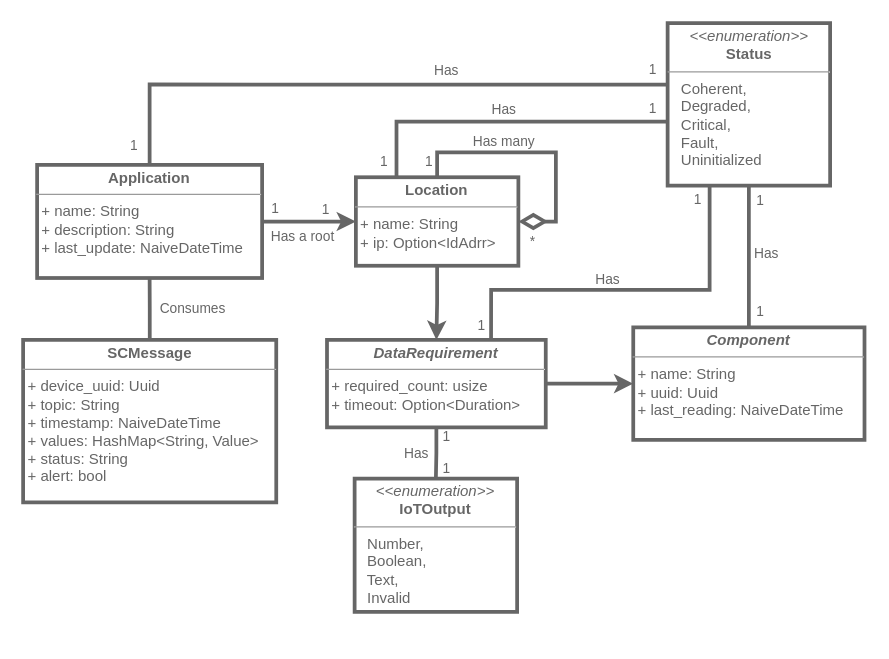
The draw.io diagram 3. Proyecto/metamodel/Metamodel B.drawio in MrDahaniel/StarDuck, before the edit. Source tidied: cells renumbered, new cells numbered last; positions are measured from the earlier drawing's top-left corner, leaving out a move shared by most shapes. Both pictures are drawn from the tidied source at 125%, with x=0, y=0 at pixel (22, 22).
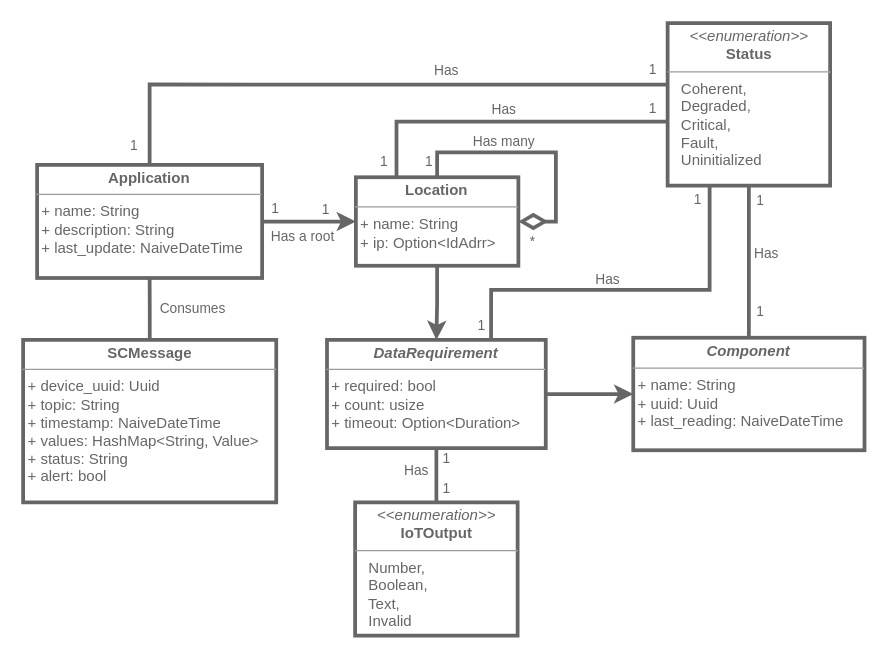
After the change.

Diff of the diagram source:
```diff
@@
     <mxCell id="2" value="&lt;p style=&quot;margin:0px;margin-top:4px;text-align:center;&quot;&gt;&lt;font color=&quot;#666666&quot;&gt;&lt;b style=&quot;background-color: initial;&quot;&gt;&lt;i&gt;Component&lt;/i&gt;&lt;/b&gt;&lt;br&gt;&lt;/font&gt;&lt;/p&gt;&lt;hr size=&quot;1&quot;&gt;&lt;p style=&quot;margin:0px;margin-left:4px;&quot;&gt;&lt;span style=&quot;background-color: initial;&quot;&gt;&lt;font color=&quot;#666666&quot;&gt;+ name: String&lt;/font&gt;&lt;/span&gt;&lt;/p&gt;&lt;p style=&quot;margin:0px;margin-left:4px;&quot;&gt;&lt;span style=&quot;background-color: initial;&quot;&gt;&lt;font color=&quot;#666666&quot;&gt;+ uuid: Uuid&lt;/font&gt;&lt;/span&gt;&lt;/p&gt;&lt;p style=&quot;margin:0px;margin-left:4px;&quot;&gt;&lt;span style=&quot;background-color: initial;&quot;&gt;&lt;font color=&quot;#666666&quot;&gt;+ last_reading: NaiveDateTime&lt;/font&gt;&lt;/span&gt;&lt;/p&gt;" style="verticalAlign=top;align=left;overflow=fill;fontSize=12;fontFamily=Helvetica;html=1;whiteSpace=wrap;labelBackgroundColor=none;fillColor=#ffffff;strokeColor=#666666;fontColor=#333333;strokeWidth=3;" parent="1" vertex="1">
-      <mxGeometry x="488.1" y="243.4" width="185" height="90" as="geometry" />
+      <mxGeometry x="488.1" y="251.7" width="185" height="90" as="geometry" />
     </mxCell>
@@
-    <mxCell id="10" value="&lt;p style=&quot;margin:0px;margin-top:4px;text-align:center;&quot;&gt;&lt;b&gt;&lt;i&gt;&lt;font color=&quot;#666666&quot;&gt;DataRequirement&lt;/font&gt;&lt;/i&gt;&lt;/b&gt;&lt;/p&gt;&lt;hr size=&quot;1&quot;&gt;&lt;p style=&quot;margin:0px;margin-left:4px;&quot;&gt;&lt;font color=&quot;#666666&quot;&gt;+ required_count: usize&lt;/font&gt;&lt;/p&gt;&lt;p style=&quot;margin:0px;margin-left:4px;&quot;&gt;&lt;font color=&quot;#666666&quot;&gt;&lt;span style=&quot;background-color: initial;&quot;&gt;+ timeout: Option&amp;lt;Duration&amp;gt;&amp;nbsp;&lt;/span&gt;&lt;/font&gt;&lt;/p&gt;&lt;p style=&quot;margin:0px;margin-left:4px;&quot;&gt;&lt;br&gt;&lt;/p&gt;" style="verticalAlign=top;align=left;overflow=fill;fontSize=12;fontFamily=Helvetica;html=1;whiteSpace=wrap;labelBackgroundColor=none;fillColor=#ffffff;fontColor=#333333;strokeColor=#666666;strokeWidth=3;" parent="1" vertex="1">
-      <mxGeometry x="243.1" y="253.4" width="175" height="70" as="geometry" />
+    <mxCell id="10" value="&lt;p style=&quot;margin:0px;margin-top:4px;text-align:center;&quot;&gt;&lt;b&gt;&lt;i&gt;&lt;font color=&quot;#666666&quot;&gt;DataRequirement&lt;/font&gt;&lt;/i&gt;&lt;/b&gt;&lt;/p&gt;&lt;hr size=&quot;1&quot;&gt;&lt;p style=&quot;margin:0px;margin-left:4px;&quot;&gt;&lt;font color=&quot;#666666&quot;&gt;+ required: bool&lt;/font&gt;&lt;/p&gt;&lt;p style=&quot;margin:0px;margin-left:4px;&quot;&gt;&lt;font color=&quot;#666666&quot;&gt;+ count: usize&lt;/font&gt;&lt;/p&gt;&lt;p style=&quot;margin:0px;margin-left:4px;&quot;&gt;&lt;font color=&quot;#666666&quot;&gt;&lt;span style=&quot;background-color: initial;&quot;&gt;+ timeout: Option&amp;lt;Duration&amp;gt;&amp;nbsp;&lt;/span&gt;&lt;/font&gt;&lt;/p&gt;&lt;p style=&quot;margin:0px;margin-left:4px;&quot;&gt;&lt;br&gt;&lt;/p&gt;" style="verticalAlign=top;align=left;overflow=fill;fontSize=12;fontFamily=Helvetica;html=1;whiteSpace=wrap;labelBackgroundColor=none;fillColor=#ffffff;fontColor=#333333;strokeColor=#666666;strokeWidth=3;" parent="1" vertex="1">
+      <mxGeometry x="243.1" y="253.4" width="175" height="86.6" as="geometry" />
     </mxCell>
@@
     <mxCell id="16" value="&lt;p style=&quot;margin:0px;margin-top:4px;text-align:center;&quot;&gt;&lt;font color=&quot;#666666&quot;&gt;&lt;i&gt;&amp;lt;&amp;lt;enumeration&amp;gt;&amp;gt;&lt;/i&gt;&lt;br&gt;&lt;b&gt;IoTOutput&lt;/b&gt;&lt;/font&gt;&lt;/p&gt;&lt;hr size=&quot;1&quot;&gt;&lt;p style=&quot;margin:0px;margin-left:4px;&quot;&gt;&lt;font color=&quot;#666666&quot;&gt;&amp;nbsp; Number,&lt;/font&gt;&lt;/p&gt;&lt;p style=&quot;margin:0px;margin-left:4px;&quot;&gt;&lt;font color=&quot;#666666&quot;&gt;&amp;nbsp; Boolean,&lt;/font&gt;&lt;/p&gt;&lt;p style=&quot;margin:0px;margin-left:4px;&quot;&gt;&lt;font color=&quot;#666666&quot;&gt;&amp;nbsp; Text,&lt;/font&gt;&lt;/p&gt;&lt;p style=&quot;margin:0px;margin-left:4px;&quot;&gt;&lt;font color=&quot;#666666&quot;&gt;&amp;nbsp; Invalid&lt;/font&gt;&lt;/p&gt;" style="verticalAlign=top;align=left;overflow=fill;fontSize=12;fontFamily=Helvetica;html=1;whiteSpace=wrap;strokeColor=#666666;fontColor=#333333;fillColor=#ffffff;labelBackgroundColor=none;strokeWidth=3;" parent="1" vertex="1">
-      <mxGeometry x="265.2" y="364.4" width="130" height="106.6" as="geometry" />
+      <mxGeometry x="265.6" y="383.4" width="130" height="106.6" as="geometry" />
     </mxCell>
@@
     <mxCell id="34" value="&lt;font color=&quot;#666666&quot;&gt;1&lt;/font&gt;" style="text;html=1;strokeColor=none;fillColor=none;align=center;verticalAlign=middle;whiteSpace=wrap;rounded=0;fontSize=11;fontFamily=Helvetica;fontColor=default;" parent="1" vertex="1">
-      <mxGeometry x="309" y="341" width="60" height="30" as="geometry" />
+      <mxGeometry x="309" y="357.4" width="60" height="30" as="geometry" />
     </mxCell>
     <mxCell id="35" value="&lt;font color=&quot;#666666&quot;&gt;1&lt;/font&gt;" style="text;html=1;strokeColor=none;fillColor=none;align=center;verticalAlign=middle;whiteSpace=wrap;rounded=0;fontSize=11;fontFamily=Helvetica;fontColor=default;" parent="1" vertex="1">
-      <mxGeometry x="309" y="316" width="60" height="30" as="geometry" />
+      <mxGeometry x="309" y="333.4" width="60" height="30" as="geometry" />
     </mxCell>
@@
     <mxCell id="38" value="&lt;font color=&quot;#666666&quot;&gt;Has&lt;/font&gt;" style="text;html=1;strokeColor=none;fillColor=none;align=center;verticalAlign=middle;whiteSpace=wrap;rounded=0;fontSize=11;fontFamily=Helvetica;fontColor=default;" parent="1" vertex="1">
-      <mxGeometry x="285" y="329.4" width="60" height="30" as="geometry" />
+      <mxGeometry x="285" y="343" width="60" height="30" as="geometry" />
     </mxCell>
```
